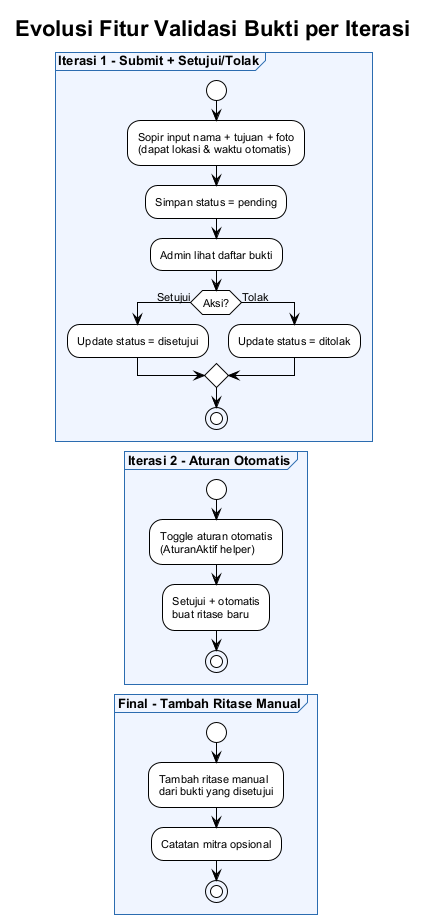
riandafatur28/sidigas-gaji-sopir-truck keeps this PlantUML diagram as docs/flowchart-validasi-evolusi.png. Above is the earlier version.
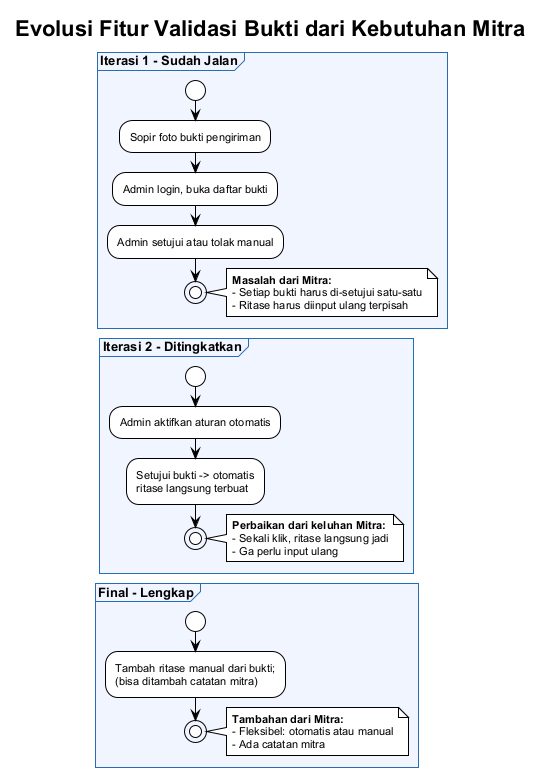
After the change.

Commit message:
fix: reframe flowchart evolusi dari sisi kebutuhan mitra (bukan teknis)

The edit, as a diff of the source:
```diff
@@ -8,33 +8,42 @@
 skinparam partitionFontSize 13
 skinparam partitionFontStyle bold
 
-title Evolusi Fitur Validasi Bukti per Iterasi
+title Evolusi Fitur Validasi Bukti dari Kebutuhan Mitra
 
-partition "Iterasi 1 - Submit + Setujui/Tolak" {
+partition "Iterasi 1 - Sudah Jalan" {
   start
-  :Sopir input nama + tujuan + foto\n(dapat lokasi & waktu otomatis);
-  :Simpan status = pending;
-  :Admin lihat daftar bukti;
-  if (Aksi?) then (Setujui)
-    :Update status = disetujui;
-  else (Tolak)
-    :Update status = ditolak;
-  endif
+  :Sopir foto bukti pengiriman;
+  :Admin login, buka daftar bukti;
+  :Admin setujui atau tolak manual;
   stop
+  note right
+    **Masalah dari Mitra:**
+    - Setiap bukti harus di-setujui satu-satu
+    - Ritase harus diinput ulang terpisah
+  end note
 }
 
-partition "Iterasi 2 - Aturan Otomatis" {
+partition "Iterasi 2 - Ditingkatkan" {
   start
-  :Toggle aturan otomatis\n(AturanAktif helper);
-  :Setujui + otomatis\nbuat ritase baru;
+  :Admin aktifkan aturan otomatis;
+  :Setujui bukti -> otomatis\nritase langsung terbuat;
   stop
+  note right
+    **Perbaikan dari keluhan Mitra:**
+    - Sekali klik, ritase langsung jadi
+    - Ga perlu input ulang
+  end note
 }
 
-partition "Final - Tambah Ritase Manual" {
+partition "Final - Lengkap" {
   start
-  :Tambah ritase manual\ndari bukti yang disetujui;
-  :Catatan mitra opsional;
+  :Tambah ritase manual dari bukti;\n(bisa ditambah catatan mitra);
   stop
+  note right
+    **Tambahan dari Mitra:**
+    - Fleksibel: otomatis atau manual
+    - Ada catatan mitra
+  end note
 }
 
 @enduml
```
